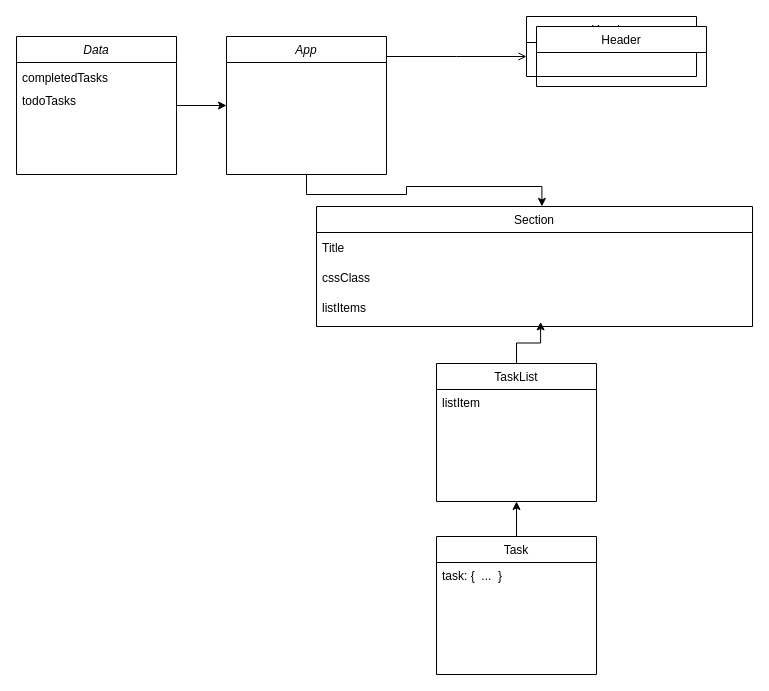
Earlier version of the draw.io diagram Untitled Diagram.drawio (rmitchellPitzer/cs124). Source tidied: cells renumbered, new cells numbered last; positions are measured from the earlier drawing's top-left corner, leaving out a move shared by most shapes. Both pictures are drawn from the tidied source at 100%, with x=0, y=0 at pixel (16, 16).
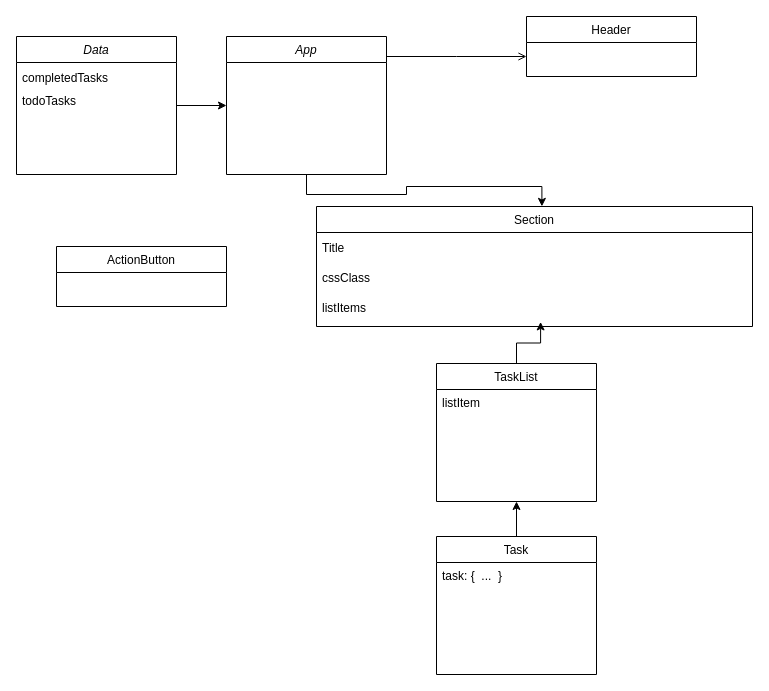
The same diagram, later.

Commit message:
Component Diagram

Diff of the diagram source:
```diff
@@
-    <mxCell id="20" value="Header" style="swimlane;fontStyle=0;align=center;verticalAlign=top;horizontal=1;startSize=26;rounded=0;shadow=0;strokeWidth=1;" parent="1" vertex="1">
-      <mxGeometry x="520" y="10" width="170" height="60" as="geometry" />
+    <mxCell id="20" value="ActionButton" style="swimlane;fontStyle=0;align=center;verticalAlign=top;horizontal=1;startSize=26;rounded=0;shadow=0;strokeWidth=1;" parent="1" vertex="1">
+      <mxGeometry x="40" y="230" width="170" height="60" as="geometry" />
     </mxCell>
```
